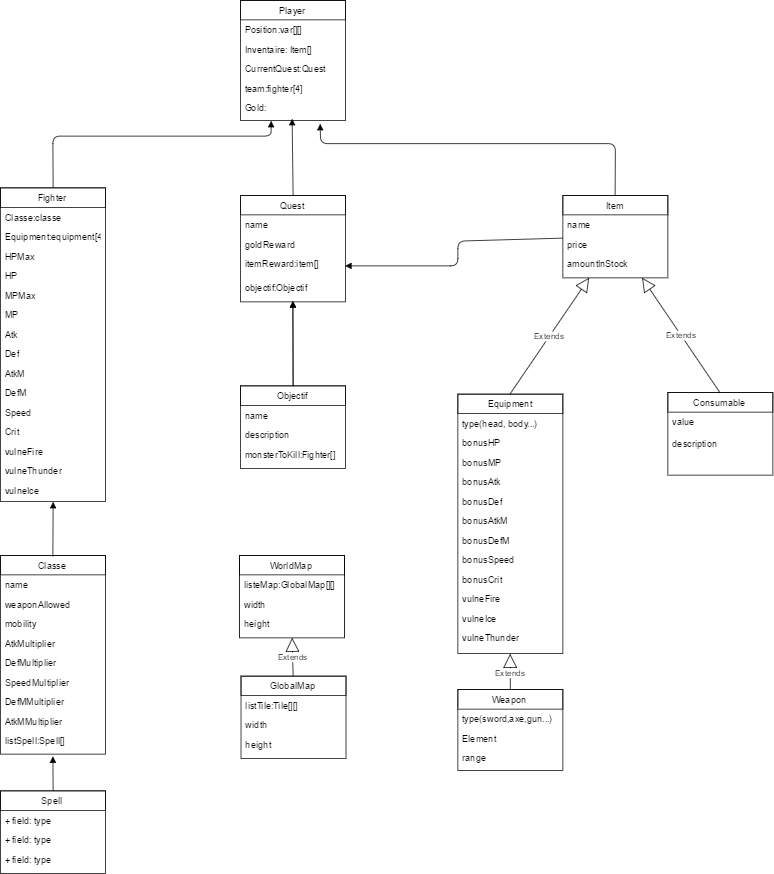
This is Doc/UML.png from Akiro78960/Projet_DEC_RPG, a draw.io export, as it was before one commit. Source tidied: cells renumbered, new cells last; positions are measured from the earlier drawing's top-left corner, leaving out a move shared by most shapes.
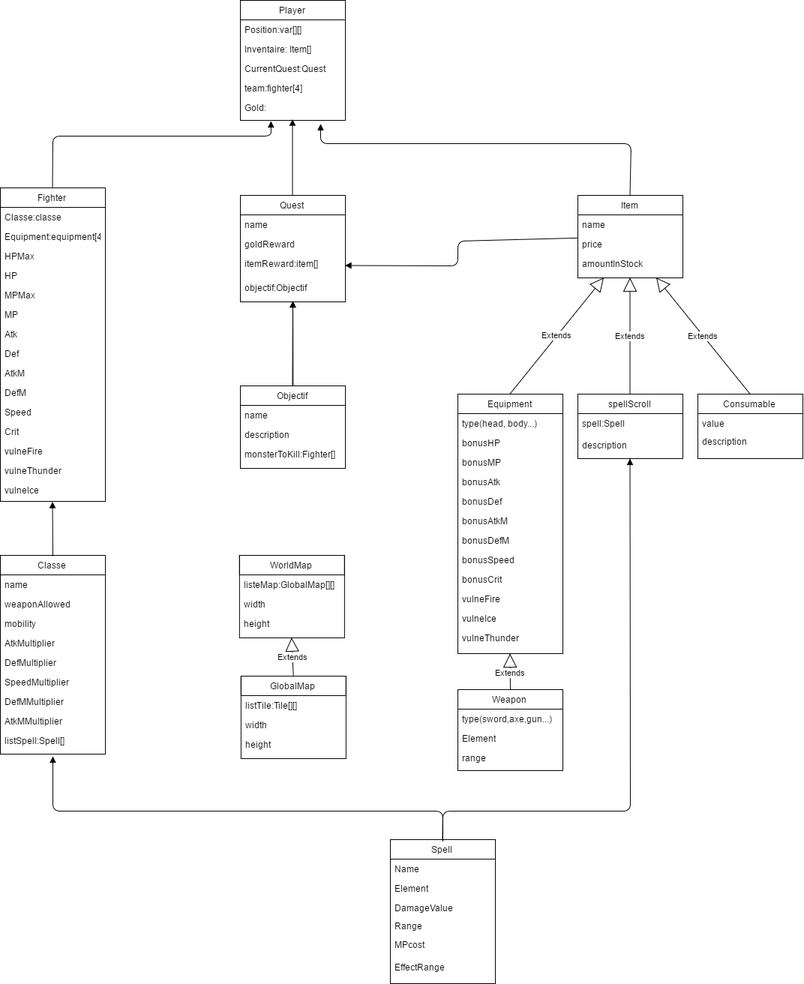
After the commit.

What changed in the source:
```diff
@@ -60,7 +60,7 @@
       <mxGeometry y="130" width="140" height="30" as="geometry" />
     </mxCell>
     <mxCell id="21" value="Item" style="swimlane;html=1;fontStyle=0;horizontal=1;startSize=26;fillColor=none;swimlaneFillColor=#ffffff;" parent="1" vertex="1">
-      <mxGeometry x="750" y="260" width="140" height="110" as="geometry" />
+      <mxGeometry x="770" y="260" width="140" height="110" as="geometry" />
     </mxCell>
     <mxCell id="22" value="name" style="text;html=1;strokeColor=none;fillColor=none;align=left;verticalAlign=top;spacingLeft=4;spacingRight=4;whiteSpace=wrap;overflow=hidden;" parent="21" vertex="1">
       <mxGeometry y="26" width="140" height="26" as="geometry" />
@@ -75,7 +75,7 @@
       <mxGeometry relative="1" as="geometry" />
     </mxCell>
     <mxCell id="26" value="Consumable" style="swimlane;html=1;fontStyle=0;horizontal=1;startSize=26;fillColor=none;swimlaneFillColor=#ffffff;" parent="1" vertex="1">
-      <mxGeometry x="890" y="523" width="140" height="110" as="geometry" />
+      <mxGeometry x="930" y="525" width="140" height="86" as="geometry" />
     </mxCell>
     <mxCell id="27" value="value" style="text;html=1;strokeColor=none;fillColor=none;align=left;verticalAlign=top;spacingLeft=4;spacingRight=4;whiteSpace=wrap;overflow=hidden;" parent="26" vertex="1">
       <mxGeometry y="26" width="140" height="26" as="geometry" />
@@ -113,7 +113,7 @@
     <mxCell id="38" style="html=1;verticalAlign=bottom;endArrow=block;strokeColor=#000000;exitX=0.5;exitY=0;entryX=0.764;entryY=1.144;entryPerimeter=0;" parent="1" edge="1" source="21" target="20">
       <mxGeometry x="0.28" y="-15" relative="1" as="geometry">
         <Array as="points">
-          <mxPoint x="820" y="191" />
+          <mxPoint x="841" y="191" />
           <mxPoint x="427" y="191" />
         </Array>
       </mxGeometry>
@@ -210,23 +210,27 @@
       <mxGeometry y="234" width="140" height="26" as="geometry" />
     </mxCell>
     <mxCell id="67" value="description" style="text;html=1;strokeColor=none;fillColor=none;align=left;verticalAlign=top;spacingLeft=4;spacingRight=4;whiteSpace=wrap;overflow=hidden;" parent="1" vertex="1">
-      <mxGeometry x="890" y="578" width="140" height="26" as="geometry" />
+      <mxGeometry x="930" y="575" width="140" height="26" as="geometry" />
     </mxCell>
     <mxCell id="68" value="Spell" style="swimlane;html=1;fontStyle=0;horizontal=1;startSize=26;fillColor=none;swimlaneFillColor=#ffffff;" parent="1" vertex="1">
-      <mxGeometry y="1054" width="140" height="110" as="geometry" />
+      <mxGeometry x="520" y="1119" width="140" height="192" as="geometry" />
     </mxCell>
-    <mxCell id="69" value="+ field: type" style="text;html=1;strokeColor=none;fillColor=none;align=left;verticalAlign=top;spacingLeft=4;spacingRight=4;whiteSpace=wrap;overflow=hidden;" parent="68" vertex="1">
+    <mxCell id="69" value="Name" style="text;html=1;strokeColor=none;fillColor=none;align=left;verticalAlign=top;spacingLeft=4;spacingRight=4;whiteSpace=wrap;overflow=hidden;" parent="68" vertex="1">
       <mxGeometry y="26" width="140" height="26" as="geometry" />
     </mxCell>
-    <mxCell id="70" value="+ field: type" style="text;html=1;strokeColor=none;fillColor=none;align=left;verticalAlign=top;spacingLeft=4;spacingRight=4;whiteSpace=wrap;overflow=hidden;" parent="68" vertex="1">
+    <mxCell id="70" value="Element" style="text;html=1;strokeColor=none;fillColor=none;align=left;verticalAlign=top;spacingLeft=4;spacingRight=4;whiteSpace=wrap;overflow=hidden;" parent="68" vertex="1">
       <mxGeometry y="52" width="140" height="26" as="geometry" />
     </mxCell>
-    <mxCell id="71" value="+ field: type" style="text;html=1;strokeColor=none;fillColor=none;align=left;verticalAlign=top;spacingLeft=4;spacingRight=4;whiteSpace=wrap;overflow=hidden;" parent="68" vertex="1">
+    <mxCell id="71" value="DamageValue" style="text;html=1;strokeColor=none;fillColor=none;align=left;verticalAlign=top;spacingLeft=4;spacingRight=4;whiteSpace=wrap;overflow=hidden;" parent="68" vertex="1">
       <mxGeometry y="78" width="140" height="26" as="geometry" />
     </mxCell>
     <mxCell id="72" style="html=1;verticalAlign=bottom;endArrow=block;strokeColor=#000000;exitX=0.5;exitY=0;" parent="1" edge="1" source="68">
       <mxGeometry x="-159" y="-103" as="geometry">
         <mxPoint x="70" y="1008" as="targetPoint" />
+        <Array as="points">
+          <mxPoint x="590" y="1081" />
+          <mxPoint x="70" y="1081" />
+        </Array>
       </mxGeometry>
     </mxCell>
     <mxCell id="73" value="Quest" style="swimlane;html=1;fontStyle=0;horizontal=1;startSize=26;fillColor=none;swimlaneFillColor=#ffffff;" parent="1" vertex="1">
@@ -295,5 +299,35 @@
     <mxCell id="90" value="range" style="text;html=1;strokeColor=none;fillColor=none;align=left;verticalAlign=top;spacingLeft=4;spacingRight=4;whiteSpace=wrap;overflow=hidden;" parent="87" vertex="1">
       <mxGeometry y="78" width="140" height="30" as="geometry" />
     </mxCell>
+    <mxCell id="91" value="spellScroll" style="swimlane;html=1;fontStyle=0;horizontal=1;startSize=26;fillColor=none;swimlaneFillColor=#ffffff;" parent="1" vertex="1">
+      <mxGeometry x="770" y="525" width="140" height="86" as="geometry" />
+    </mxCell>
+    <mxCell id="92" value="spell:Spell&lt;div&gt;&lt;br&gt;&lt;/div&gt;" style="text;html=1;strokeColor=none;fillColor=none;align=left;verticalAlign=top;spacingLeft=4;spacingRight=4;whiteSpace=wrap;overflow=hidden;" parent="91" vertex="1">
+      <mxGeometry y="26" width="140" height="26" as="geometry" />
+    </mxCell>
+    <mxCell id="93" value="description" style="text;html=1;strokeColor=none;fillColor=none;align=left;verticalAlign=top;spacingLeft=4;spacingRight=4;whiteSpace=wrap;overflow=hidden;" parent="1" vertex="1">
+      <mxGeometry x="770" y="580" width="140" height="26" as="geometry" />
+    </mxCell>
+    <mxCell id="94" value="Extends" style="endArrow=block;endSize=16;endFill=0;html=1;entryX=0.5;entryY=1;exitX=0.5;exitY=0;" parent="1" edge="1" source="91" target="21">
+      <mxGeometry x="-182" y="-1200" as="geometry" />
+    </mxCell>
+    <mxCell id="95" style="html=1;verticalAlign=bottom;endArrow=block;strokeColor=#000000;entryX=0.5;entryY=1;" parent="1" edge="1" target="91">
+      <mxGeometry x="-149" y="-93" as="geometry">
+        <mxPoint x="590" y="1121" as="sourcePoint" />
+        <Array as="points">
+          <mxPoint x="590" y="1081" />
+          <mxPoint x="840" y="1081" />
+        </Array>
+      </mxGeometry>
+    </mxCell>
+    <mxCell id="96" value="Range" style="text;html=1;strokeColor=none;fillColor=none;align=left;verticalAlign=top;spacingLeft=4;spacingRight=4;whiteSpace=wrap;overflow=hidden;" parent="1" vertex="1">
+      <mxGeometry x="520" y="1221" width="140" height="30" as="geometry" />
+    </mxCell>
+    <mxCell id="97" value="MPcost" style="text;html=1;strokeColor=none;fillColor=none;align=left;verticalAlign=top;spacingLeft=4;spacingRight=4;whiteSpace=wrap;overflow=hidden;" parent="1" vertex="1">
+      <mxGeometry x="520" y="1246" width="140" height="30" as="geometry" />
+    </mxCell>
+    <mxCell id="98" value="EffectRange" style="text;html=1;strokeColor=none;fillColor=none;align=left;verticalAlign=top;spacingLeft=4;spacingRight=4;whiteSpace=wrap;overflow=hidden;" parent="1" vertex="1">
+      <mxGeometry x="520" y="1276" width="140" height="30" as="geometry" />
+    </mxCell>
   </root>
 </mxGraphModel>
```
